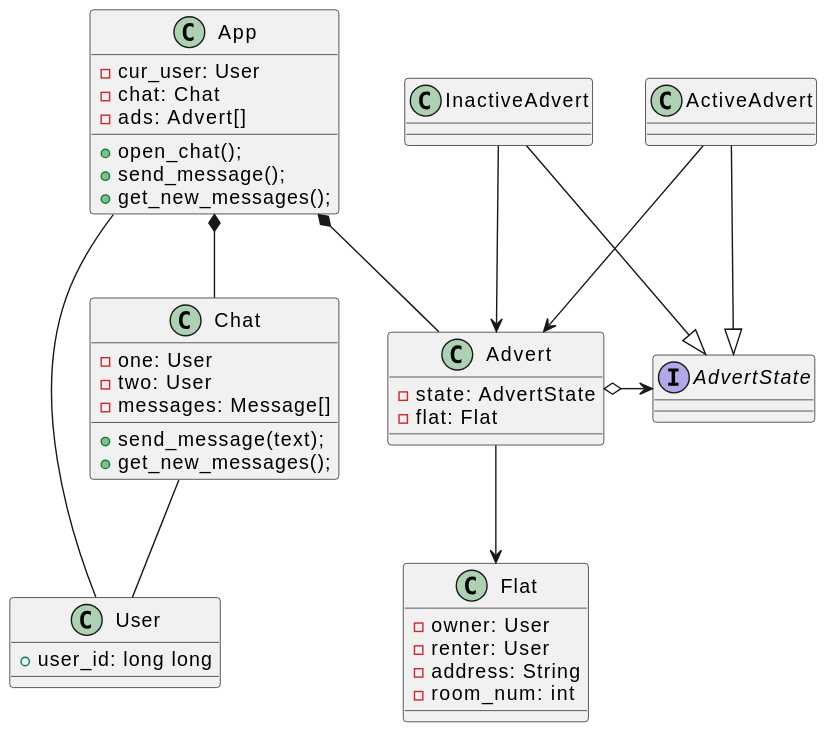
Above: assets/plantuml/class_diagram.svg in penamarth/bsbo-13-22_team1_var8 (PlantUML), before the change.
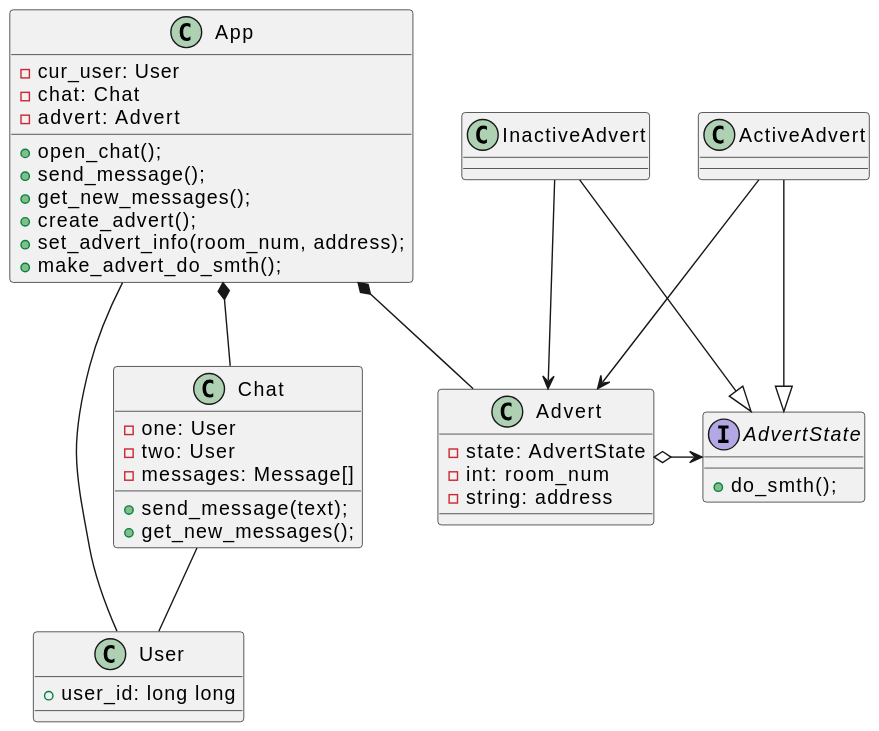
Later version of the same file.

What changed in the source:
```diff
@@ -2,13 +2,18 @@
 class App {
 -cur_user: User
 -chat: Chat
--ads: Advert[]
+-advert: Advert
 +open_chat();
 +send_message();
 +get_new_messages();
++create_advert();
++set_advert_info(room_num, address);
++make_advert_do_smth();
 }
 
-interface AdvertState {}
+interface AdvertState {
++do_smth();
+}
 
 class ActiveAdvert {}
 
@@ -16,7 +21,8 @@
 
 class Advert {
 -state: AdvertState
--flat: Flat
+-int: room_num
+-string: address
 }
 
 Advert o-> AdvertState
@@ -24,13 +30,6 @@
 InactiveAdvert --> Advert
 ActiveAdvert --|> AdvertState
 InactiveAdvert --|> AdvertState
-
-class Flat {
--owner: User
--renter: User
--address: String
--room_num: int
-}
 
 class Chat {
 -one: User
@@ -49,6 +48,4 @@
 App -- User
 
 Chat -- User
-
-Advert --> Flat
 @enduml
```
